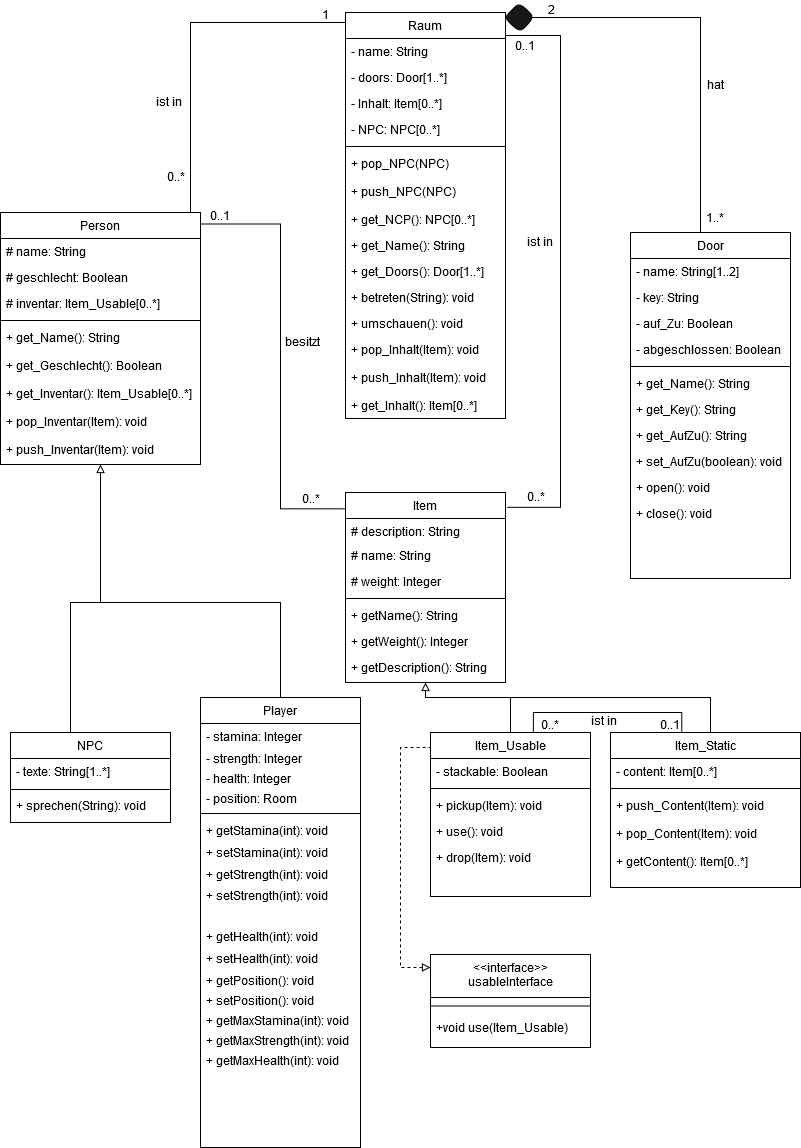
This is Klassendiagram.png from Elegond/AE-Text-Adventure, a draw.io export, as it was before one commit. Source tidied: cells renumbered, new cells last; positions are measured from the earlier drawing's top-left corner, leaving out a move shared by most shapes.
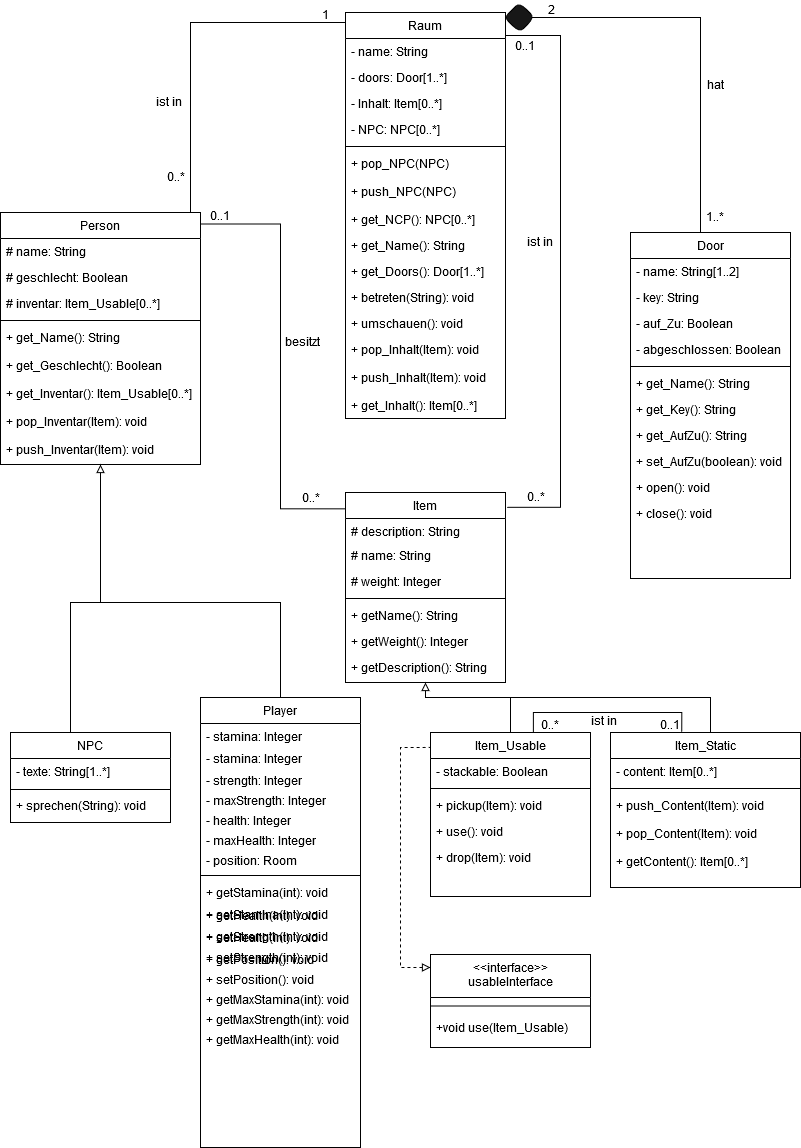
After the change.

The edit, as a diff of the source:
```diff
@@ -335,50 +335,59 @@
     <mxCell id="94" value="- stamina: Integer" style="text;align=left;verticalAlign=top;spacingLeft=4;spacingRight=4;overflow=hidden;rounded=0;shadow=0;html=0;" parent="93" vertex="1">
       <mxGeometry y="26" width="160" height="22" as="geometry" />
     </mxCell>
+    <mxCell id="110" value="- stamina: Integer" style="text;align=left;verticalAlign=top;spacingLeft=4;spacingRight=4;overflow=hidden;rounded=0;shadow=0;html=0;" parent="93" vertex="1">
+      <mxGeometry y="48" width="160" height="22" as="geometry" />
+    </mxCell>
     <mxCell id="95" value="- strength: Integer" style="text;align=left;verticalAlign=top;spacingLeft=4;spacingRight=4;overflow=hidden;rounded=0;shadow=0;html=0;" parent="93" vertex="1">
-      <mxGeometry y="48" width="160" height="20" as="geometry" />
+      <mxGeometry y="70" width="160" height="20" as="geometry" />
     </mxCell>
+    <mxCell id="111" value="- maxStrength: Integer" style="text;align=left;verticalAlign=top;spacingLeft=4;spacingRight=4;overflow=hidden;rounded=0;shadow=0;html=0;" parent="93" vertex="1">
+      <mxGeometry y="90" width="160" height="20" as="geometry" />
+    </mxCell>
+    <mxCell id="112" value="- health: Integer" style="text;align=left;verticalAlign=top;spacingLeft=4;spacingRight=4;overflow=hidden;rounded=0;shadow=0;html=0;" parent="93" vertex="1">
+      <mxGeometry y="110" width="160" height="20" as="geometry" />
+    </mxCell>
-    <mxCell id="96" value="- health: Integer" style="text;align=left;verticalAlign=top;spacingLeft=4;spacingRight=4;overflow=hidden;rounded=0;shadow=0;html=0;" parent="93" vertex="1">
-      <mxGeometry y="68" width="160" height="20" as="geometry" />
+    <mxCell id="96" value="- maxHealth: Integer" style="text;align=left;verticalAlign=top;spacingLeft=4;spacingRight=4;overflow=hidden;rounded=0;shadow=0;html=0;" parent="93" vertex="1">
+      <mxGeometry y="130" width="160" height="20" as="geometry" />
     </mxCell>
     <mxCell id="97" value="- position: Room" style="text;align=left;verticalAlign=top;spacingLeft=4;spacingRight=4;overflow=hidden;rounded=0;shadow=0;html=0;" parent="93" vertex="1">
-      <mxGeometry y="88" width="160" height="24" as="geometry" />
+      <mxGeometry y="150" width="160" height="24" as="geometry" />
     </mxCell>
     <mxCell id="98" style="line;html=1;strokeWidth=1;align=left;verticalAlign=middle;spacingTop=-1;spacingLeft=3;spacingRight=3;labelPosition=right;" parent="93" vertex="1">
-      <mxGeometry y="112" width="160" height="8" as="geometry" />
+      <mxGeometry y="174" width="160" height="8" as="geometry" />
     </mxCell>
     <mxCell id="99" value="+ getStamina(int): void" style="text;align=left;verticalAlign=top;spacingLeft=4;spacingRight=4;overflow=hidden;" parent="93" vertex="1">
-      <mxGeometry y="120" width="160" height="22" as="geometry" />
+      <mxGeometry y="182" width="160" height="22" as="geometry" />
     </mxCell>
     <mxCell id="100" value="+ setStamina(int): void" style="text;align=left;verticalAlign=top;spacingLeft=4;spacingRight=4;overflow=hidden;" parent="93" vertex="1">
-      <mxGeometry y="142" width="160" height="22" as="geometry" />
+      <mxGeometry y="204" width="160" height="22" as="geometry" />
     </mxCell>
     <mxCell id="101" value="+ getStrength(int): void" style="text;align=left;verticalAlign=top;spacingLeft=4;spacingRight=4;overflow=hidden;" parent="93" vertex="1">
-      <mxGeometry y="164" width="160" height="21" as="geometry" />
+      <mxGeometry y="226" width="160" height="21" as="geometry" />
     </mxCell>
     <mxCell id="102" value="+ setStrength(int): void" style="text;align=left;verticalAlign=top;spacingLeft=4;spacingRight=4;overflow=hidden;" parent="93" vertex="1">
-      <mxGeometry y="185" width="160" height="25" as="geometry" />
+      <mxGeometry y="247" width="160" height="25" as="geometry" />
     </mxCell>
     <mxCell id="103" value="+ getHealth(int): void" style="text;align=left;verticalAlign=top;spacingLeft=4;spacingRight=4;overflow=hidden;" parent="1" vertex="1">
-      <mxGeometry x="200" y="923" width="160" height="27" as="geometry" />
+      <mxGeometry x="200" y="902" width="160" height="27" as="geometry" />
     </mxCell>
     <mxCell id="104" value="+ setHealth(int): void" style="text;align=left;verticalAlign=top;spacingLeft=4;spacingRight=4;overflow=hidden;" parent="1" vertex="1">
-      <mxGeometry x="200" y="945" width="160" height="27" as="geometry" />
+      <mxGeometry x="200" y="924" width="160" height="27" as="geometry" />
     </mxCell>
     <mxCell id="105" value="+ getPosition(): void" style="text;align=left;verticalAlign=top;spacingLeft=4;spacingRight=4;overflow=hidden;" parent="1" vertex="1">
-      <mxGeometry x="200" y="967" width="160" height="27" as="geometry" />
+      <mxGeometry x="200" y="946" width="160" height="27" as="geometry" />
     </mxCell>
     <mxCell id="106" value="+ setPosition(): void" style="text;align=left;verticalAlign=top;spacingLeft=4;spacingRight=4;overflow=hidden;" parent="1" vertex="1">
-      <mxGeometry x="200" y="987" width="160" height="27" as="geometry" />
+      <mxGeometry x="200" y="966" width="160" height="27" as="geometry" />
     </mxCell>
     <mxCell id="107" value="+ getMaxStamina(int): void" style="text;align=left;verticalAlign=top;spacingLeft=4;spacingRight=4;overflow=hidden;" parent="1" vertex="1">
-      <mxGeometry x="200" y="1007" width="160" height="27" as="geometry" />
+      <mxGeometry x="200" y="986" width="160" height="27" as="geometry" />
     </mxCell>
     <mxCell id="108" value="+ getMaxStrength(int): void" style="text;align=left;verticalAlign=top;spacingLeft=4;spacingRight=4;overflow=hidden;" parent="1" vertex="1">
-      <mxGeometry x="200" y="1027" width="160" height="27" as="geometry" />
+      <mxGeometry x="200" y="1006" width="160" height="27" as="geometry" />
     </mxCell>
     <mxCell id="109" value="+ getMaxHealth(int): void" style="text;align=left;verticalAlign=top;spacingLeft=4;spacingRight=4;overflow=hidden;" parent="1" vertex="1">
-      <mxGeometry x="200" y="1047" width="160" height="27" as="geometry" />
+      <mxGeometry x="200" y="1026" width="160" height="27" as="geometry" />
     </mxCell>
   </root>
 </mxGraphModel>
```
